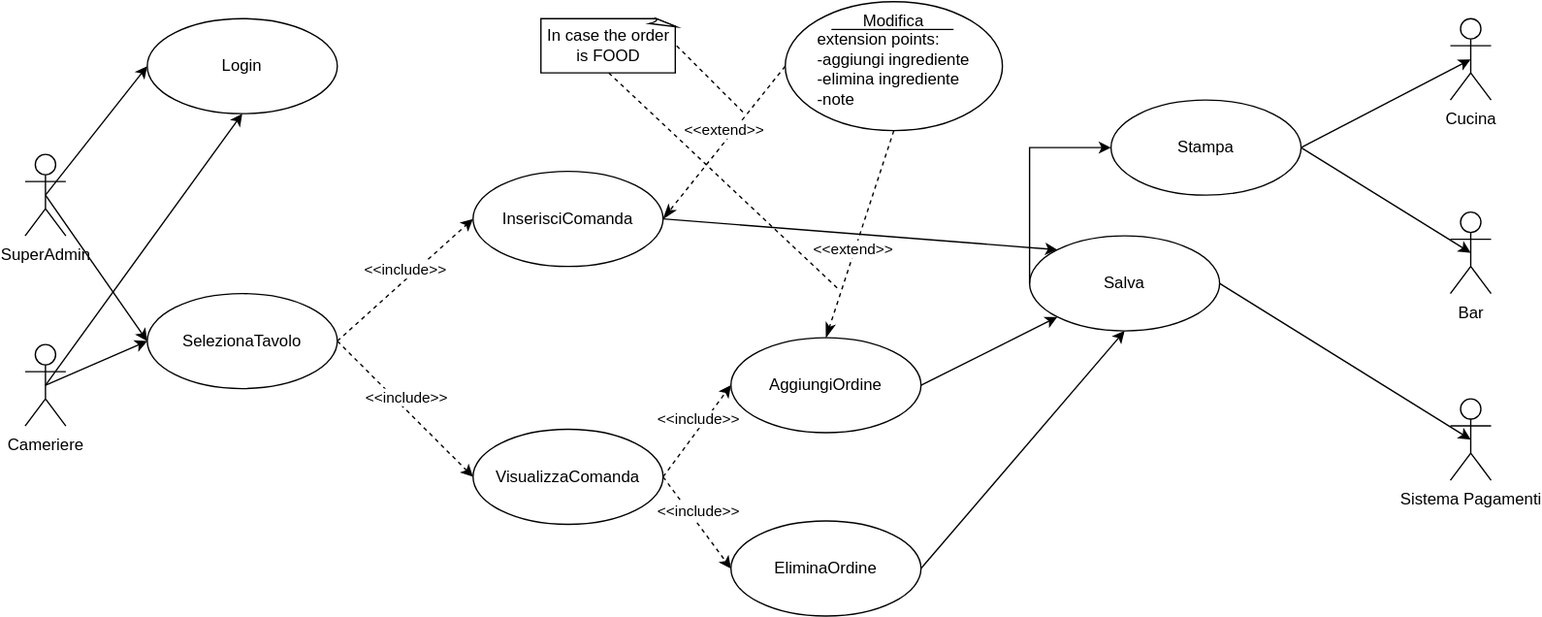
Above: diagramma_casi_uso_ludo.svg in NicolaMochi/GestionaleOrdinazioni (draw.io), before the change. Source tidied: cells renumbered, new cells last; positions are measured from the earlier drawing's top-left corner, leaving out a move shared by most shapes.
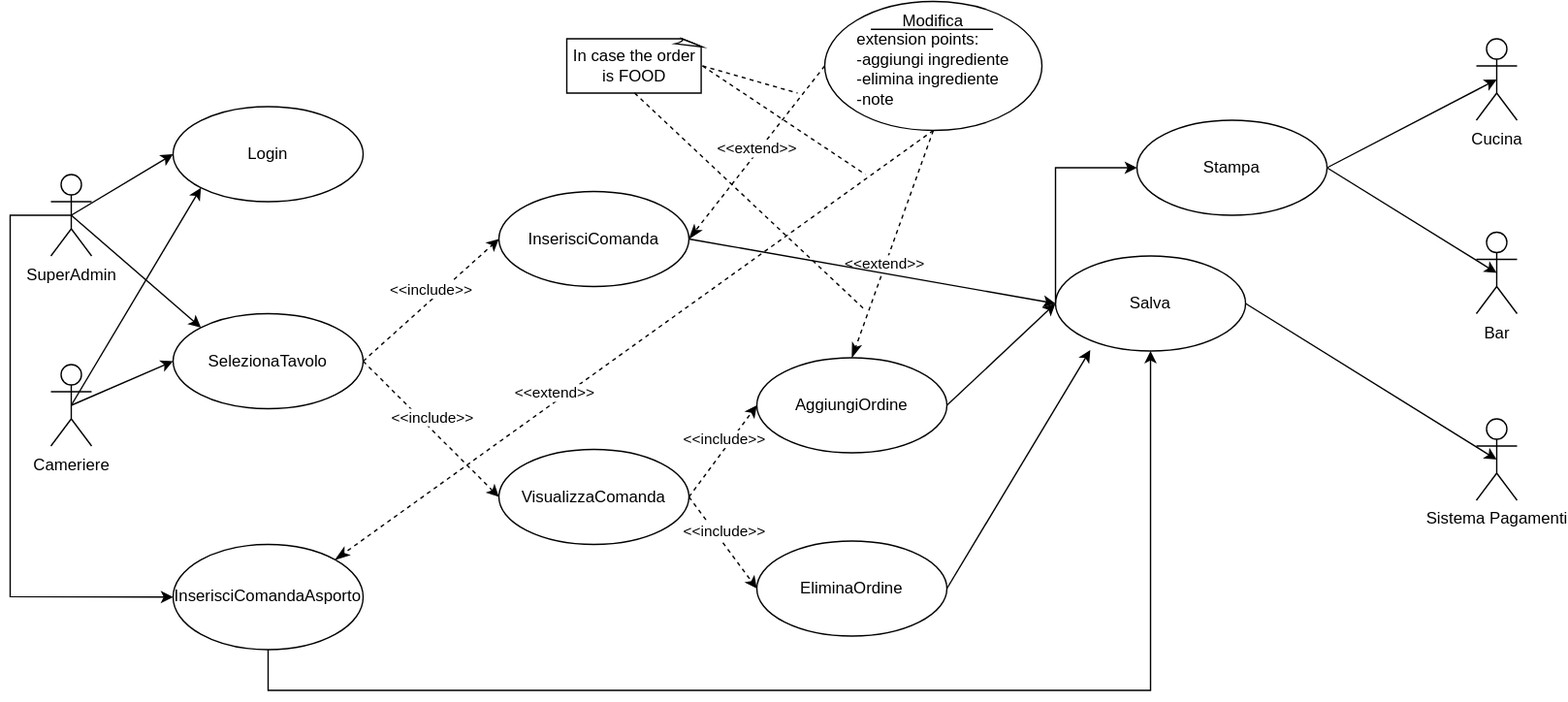
After the commit.

Diff of the diagram source:
```diff
@@ -9,18 +9,18 @@
       <mxGeometry y="252" width="30" height="60" as="geometry" />
     </mxCell>
     <mxCell id="4" value="Login" style="ellipse;whiteSpace=wrap;html=1;" parent="1" vertex="1">
-      <mxGeometry x="90" y="12" width="140" height="70" as="geometry" />
+      <mxGeometry x="90" y="62" width="140" height="70" as="geometry" />
     </mxCell>
     <mxCell id="5" value="SelezionaTavolo" style="ellipse;whiteSpace=wrap;html=1;" parent="1" vertex="1">
       <mxGeometry x="90" y="214.5" width="140" height="70" as="geometry" />
     </mxCell>
     <mxCell id="6" value="Modifica&lt;br&gt;&lt;div style=&quot;text-align: left&quot;&gt;&lt;span&gt;extension points:&lt;/span&gt;&lt;/div&gt;&lt;span&gt;&lt;div style=&quot;text-align: left&quot;&gt;&lt;span&gt;-aggiungi ingrediente&lt;/span&gt;&lt;/div&gt;&lt;/span&gt;&lt;span&gt;&lt;div style=&quot;text-align: left&quot;&gt;&lt;span&gt;-elimina ingrediente&lt;/span&gt;&lt;/div&gt;&lt;div style=&quot;text-align: left&quot;&gt;&lt;span&gt;-note&lt;/span&gt;&lt;/div&gt;&lt;/span&gt;" style="ellipse;whiteSpace=wrap;html=1;verticalAlign=top;" parent="1" vertex="1">
-      <mxGeometry x="560" y="-0.5" width="160" height="95" as="geometry" />
+      <mxGeometry x="570" y="-15.5" width="160" height="95" as="geometry" />
     </mxCell>
-    <mxCell id="7" style="endArrow=classic;html=1;exitX=0.5;exitY=0.5;exitDx=0;exitDy=0;exitPerimeter=0;entryX=0;entryY=0.5;entryDx=0;entryDy=0;" parent="1" edge="1" source="2" target="4">
+    <mxCell id="7" style="endArrow=classic;html=1;exitX=0.5;exitY=0.5;exitDx=0;exitDy=0;exitPerimeter=0;entryX=0;entryY=0.5;entryDx=0;entryDy=0;rounded=0;" parent="1" edge="1" source="2" target="4">
       <mxGeometry relative="1" as="geometry" />
     </mxCell>
-    <mxCell id="8" style="endArrow=classic;html=1;exitX=0.5;exitY=0.5;exitDx=0;exitDy=0;exitPerimeter=0;entryX=0;entryY=0.5;entryDx=0;entryDy=0;" parent="1" edge="1" source="2" target="5">
+    <mxCell id="8" style="endArrow=classic;html=1;exitX=0.5;exitY=0.5;exitDx=0;exitDy=0;exitPerimeter=0;entryX=0;entryY=0;entryDx=0;entryDy=0;" parent="1" edge="1" source="2" target="5">
       <mxGeometry relative="1" as="geometry" />
     </mxCell>
     <mxCell id="9" style="endArrow=classic;html=1;dashed=1;exitX=1;exitY=0.5;exitDx=0;exitDy=0;entryX=0;entryY=0.5;entryDx=0;entryDy=0;" parent="1" edge="1" source="5" target="11">
@@ -35,12 +35,12 @@
       <mxGeometry x="330" y="124.5" width="140" height="70" as="geometry" />
     </mxCell>
     <mxCell id="12" value="&amp;lt;&amp;lt;extend&amp;gt;&amp;gt;" style="html=1;verticalAlign=bottom;endArrow=classicThin;dashed=1;endSize=8;endFill=1;entryX=1;entryY=0.5;entryDx=0;entryDy=0;exitX=0;exitY=0.5;exitDx=0;exitDy=0;" parent="1" edge="1" source="6" target="11">
-      <mxGeometry relative="1" as="geometry" />
+      <mxGeometry x="0.06" y="4" relative="1" as="geometry" />
     </mxCell>
     <mxCell id="13" style="endArrow=none;html=1;" parent="1" edge="1">
       <mxGeometry relative="1" as="geometry">
-        <mxPoint x="594" y="20" as="sourcePoint" />
-        <mxPoint x="684" y="20" as="targetPoint" />
+        <mxPoint x="604" y="5" as="sourcePoint" />
+        <mxPoint x="694" y="5" as="targetPoint" />
       </mxGeometry>
     </mxCell>
     <mxCell id="14" style="endArrow=classic;html=1;dashed=1;exitX=1;exitY=0.5;exitDx=0;exitDy=0;entryX=0;entryY=0.5;entryDx=0;entryDy=0;" parent="1" edge="1" source="5" target="16">
@@ -94,19 +94,19 @@
     <mxCell id="28" value="Stampa" style="ellipse;whiteSpace=wrap;html=1;" parent="1" vertex="1">
       <mxGeometry x="800" y="72" width="140" height="70" as="geometry" />
     </mxCell>
-    <mxCell id="29" style="endArrow=classic;html=1;exitX=0.5;exitY=0.5;exitDx=0;exitDy=0;exitPerimeter=0;entryX=0.5;entryY=1;entryDx=0;entryDy=0;" parent="1" edge="1" source="3" target="4">
+    <mxCell id="29" style="endArrow=classic;html=1;exitX=0.5;exitY=0.5;exitDx=0;exitDy=0;exitPerimeter=0;entryX=0;entryY=1;entryDx=0;entryDy=0;" parent="1" edge="1" source="3" target="4">
       <mxGeometry relative="1" as="geometry" />
     </mxCell>
     <mxCell id="30" style="endArrow=classic;html=1;exitX=0.5;exitY=0.5;exitDx=0;exitDy=0;exitPerimeter=0;entryX=0;entryY=0.5;entryDx=0;entryDy=0;" parent="1" edge="1" source="3" target="5">
       <mxGeometry relative="1" as="geometry" />
     </mxCell>
-    <mxCell id="31" style="endArrow=classic;html=1;exitX=1;exitY=0.5;exitDx=0;exitDy=0;entryX=0;entryY=0;entryDx=0;entryDy=0;" parent="1" edge="1" source="11" target="24">
+    <mxCell id="31" style="endArrow=classic;html=1;exitX=1;exitY=0.5;exitDx=0;exitDy=0;entryX=0;entryY=0.5;entryDx=0;entryDy=0;" parent="1" edge="1" source="11" target="24">
       <mxGeometry relative="1" as="geometry" />
     </mxCell>
-    <mxCell id="32" style="endArrow=classic;html=1;exitX=1;exitY=0.5;exitDx=0;exitDy=0;entryX=0;entryY=1;entryDx=0;entryDy=0;" parent="1" edge="1" source="21" target="24">
+    <mxCell id="32" style="endArrow=classic;html=1;exitX=1;exitY=0.5;exitDx=0;exitDy=0;entryX=0;entryY=0.5;entryDx=0;entryDy=0;" parent="1" edge="1" source="21" target="24">
       <mxGeometry relative="1" as="geometry" />
     </mxCell>
-    <mxCell id="33" style="endArrow=classic;html=1;exitX=1;exitY=0.5;exitDx=0;exitDy=0;entryX=0.5;entryY=1;entryDx=0;entryDy=0;" parent="1" edge="1" source="22" target="24">
+    <mxCell id="33" style="endArrow=classic;html=1;exitX=1;exitY=0.5;exitDx=0;exitDy=0;entryX=0.183;entryY=0.99;entryDx=0;entryDy=0;entryPerimeter=0;" parent="1" edge="1" source="22" target="24">
       <mxGeometry relative="1" as="geometry" />
     </mxCell>
     <mxCell id="34" style="endArrow=classic;html=1;entryX=0;entryY=0.5;entryDx=0;entryDy=0;rounded=0;exitX=0;exitY=0.5;exitDx=0;exitDy=0;" parent="1" edge="1" source="24">
@@ -129,9 +129,9 @@
     <mxCell id="38" value="In case the order is FOOD" style="whiteSpace=wrap;html=1;shape=mxgraph.basic.document;" parent="1" vertex="1">
       <mxGeometry x="380" y="12" width="100" height="40" as="geometry" />
     </mxCell>
-    <mxCell id="39" style="endArrow=none;dashed=1;html=1;exitX=1;exitY=0.5;exitDx=0;exitDy=0;exitPerimeter=0;" parent="1" edge="1" source="38">
+    <mxCell id="39" style="endArrow=none;dashed=1;html=1;rounded=0;exitX=1;exitY=0.5;exitDx=0;exitDy=0;exitPerimeter=0;" parent="1" edge="1" source="38">
       <mxGeometry relative="1" as="geometry">
-        <mxPoint x="530" y="82" as="targetPoint" />
+        <mxPoint x="550" y="52" as="targetPoint" />
       </mxGeometry>
     </mxCell>
     <mxCell id="40" style="endArrow=none;dashed=1;html=1;exitX=0.5;exitY=1;exitDx=0;exitDy=0;exitPerimeter=0;" parent="1" edge="1" source="38">
@@ -139,5 +139,32 @@
         <mxPoint x="600" y="212" as="targetPoint" />
       </mxGeometry>
     </mxCell>
+    <mxCell id="41" value="InserisciComandaAsporto" style="ellipse;whiteSpace=wrap;html=1;" parent="1" vertex="1">
+      <mxGeometry x="90" y="384.5" width="140" height="77.5" as="geometry" />
+    </mxCell>
+    <mxCell id="42" style="endArrow=classic;html=1;exitX=0.5;exitY=0.5;exitDx=0;exitDy=0;exitPerimeter=0;entryX=0;entryY=0.5;entryDx=0;entryDy=0;rounded=0;" parent="1" edge="1" source="2" target="41">
+      <mxGeometry relative="1" as="geometry">
+        <Array as="points">
+          <mxPoint x="-30" y="142" />
+          <mxPoint x="-30" y="423" />
+        </Array>
+      </mxGeometry>
+    </mxCell>
+    <mxCell id="43" value="&amp;lt;&amp;lt;extend&amp;gt;&amp;gt;" style="html=1;verticalAlign=bottom;endArrow=classicThin;dashed=1;endSize=8;endFill=1;entryX=1;entryY=0;entryDx=0;entryDy=0;exitX=0.5;exitY=1;exitDx=0;exitDy=0;" parent="1" edge="1" source="6" target="41">
+      <mxGeometry x="0.27" y="2" relative="1" as="geometry" />
+    </mxCell>
+    <mxCell id="44" style="endArrow=none;dashed=1;html=1;exitX=1;exitY=0.5;exitDx=0;exitDy=0;exitPerimeter=0;" parent="1" edge="1" source="38">
+      <mxGeometry relative="1" as="geometry">
+        <mxPoint x="600" y="112" as="targetPoint" />
+      </mxGeometry>
+    </mxCell>
+    <mxCell id="45" style="endArrow=classic;html=1;exitX=0.5;exitY=1;exitDx=0;exitDy=0;entryX=0.5;entryY=1;entryDx=0;entryDy=0;rounded=0;" parent="1" edge="1" source="41" target="24">
+      <mxGeometry relative="1" as="geometry">
+        <Array as="points">
+          <mxPoint x="160" y="492" />
+          <mxPoint x="810" y="492" />
+        </Array>
+      </mxGeometry>
+    </mxCell>
   </root>
 </mxGraphModel>
```
